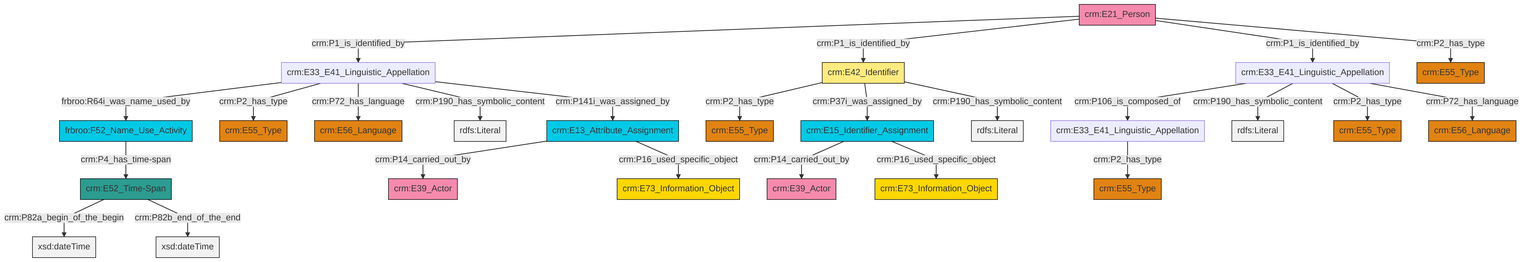
Before: et/personCSV/ttl/mmd/png/Person_Names_and_Classification.png, a diagram exported from Mermaid (swiss-art-research-net/reference-data-models). Its source is kept beside it as et/personCSV/ttl/mmd/Person_Names_and_Classification.ttl.mmd.
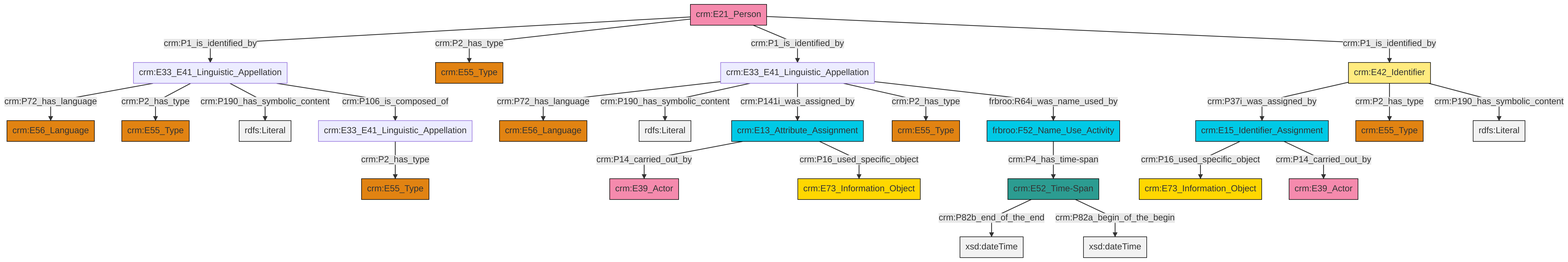
The same diagram one commit later.

The edit, as a diff of the source:
```diff
@@ -13,27 +13,27 @@
 classDef PC_Classes fill:#4ce600, stroke:#000000;
 classDef Multi fill:#cccccc,stroke:#000000;
 
-0["crm:E15_Identifier_Assignment"]:::Temporal_Entity -->|crm:P14_carried_out_by| 1["crm:E39_Actor"]:::Actor
-4["crm:E33_E41_Linguistic_Appellation"]:::Default -->|crm:P106_is_composed_of| 5["crm:E33_E41_Linguistic_Appellation"]:::Default
-10["crm:E21_Person"]:::Actor -->|crm:P1_is_identified_by| 11["crm:E33_E41_Linguistic_Appellation"]:::Default
-0["crm:E15_Identifier_Assignment"]:::Temporal_Entity -->|crm:P16_used_specific_object| 13["crm:E73_Information_Object"]:::Conceptual_Object
-14["crm:E13_Attribute_Assignment"]:::Temporal_Entity -->|crm:P14_carried_out_by| 16["crm:E39_Actor"]:::Actor
-4["crm:E33_E41_Linguistic_Appellation"]:::Default -->|crm:P190_has_symbolic_content| 17[rdfs:Literal]:::Literal
-10["crm:E21_Person"]:::Actor -->|crm:P1_is_identified_by| 2["crm:E42_Identifier"]:::Appellation
-11["crm:E33_E41_Linguistic_Appellation"]:::Default -->|frbroo:R64i_was_name_used_by| 24["frbroo:F52_Name_Use_Activity"]:::Temporal_Entity
-11["crm:E33_E41_Linguistic_Appellation"]:::Default -->|crm:P2_has_type| 25["crm:E55_Type"]:::Type
-5["crm:E33_E41_Linguistic_Appellation"]:::Default -->|crm:P2_has_type| 6["crm:E55_Type"]:::Type
-11["crm:E33_E41_Linguistic_Appellation"]:::Default -->|crm:P72_has_language| 31["crm:E56_Language"]:::Type
-2["crm:E42_Identifier"]:::Appellation -->|crm:P2_has_type| 32["crm:E55_Type"]:::Type
-14["crm:E13_Attribute_Assignment"]:::Temporal_Entity -->|crm:P16_used_specific_object| 27["crm:E73_Information_Object"]:::Conceptual_Object
-34["crm:E52_Time-Span"]:::Time-Span -->|crm:P82a_begin_of_the_begin| 35[xsd:dateTime]:::Literal
-2["crm:E42_Identifier"]:::Appellation -->|crm:P37i_was_assigned_by| 0["crm:E15_Identifier_Assignment"]:::Temporal_Entity
-2["crm:E42_Identifier"]:::Appellation -->|crm:P190_has_symbolic_content| 36[rdfs:Literal]:::Literal
-10["crm:E21_Person"]:::Actor -->|crm:P1_is_identified_by| 4["crm:E33_E41_Linguistic_Appellation"]:::Default
-24["frbroo:F52_Name_Use_Activity"]:::Temporal_Entity -->|crm:P4_has_time-span| 34["crm:E52_Time-Span"]:::Time-Span
-4["crm:E33_E41_Linguistic_Appellation"]:::Default -->|crm:P2_has_type| 8["crm:E55_Type"]:::Type
-11["crm:E33_E41_Linguistic_Appellation"]:::Default -->|crm:P190_has_symbolic_content| 44[rdfs:Literal]:::Literal
-34["crm:E52_Time-Span"]:::Time-Span -->|crm:P82b_end_of_the_end| 45[xsd:dateTime]:::Literal
-11["crm:E33_E41_Linguistic_Appellation"]:::Default -->|crm:P141i_was_assigned_by| 14["crm:E13_Attribute_Assignment"]:::Temporal_Entity
-4["crm:E33_E41_Linguistic_Appellation"]:::Default -->|crm:P72_has_language| 18["crm:E56_Language"]:::Type
-10["crm:E21_Person"]:::Actor -->|crm:P2_has_type| 42["crm:E55_Type"]:::Type
+0["crm:E15_Identifier_Assignment"]:::Temporal_Entity -->|crm:P16_used_specific_object| 1["crm:E73_Information_Object"]:::Conceptual_Object
+2["crm:E21_Person"]:::Actor -->|crm:P1_is_identified_by| 3["crm:E33_E41_Linguistic_Appellation"]:::Default
+2["crm:E21_Person"]:::Actor -->|crm:P2_has_type| 5["crm:E55_Type"]:::Type
+3["crm:E33_E41_Linguistic_Appellation"]:::Default -->|crm:P72_has_language| 15["crm:E56_Language"]:::Type
+3["crm:E33_E41_Linguistic_Appellation"]:::Default -->|crm:P2_has_type| 16["crm:E55_Type"]:::Type
+17["crm:E52_Time-Span"]:::Time-Span -->|crm:P82b_end_of_the_end| 18[xsd:dateTime]:::Literal
+19["frbroo:F52_Name_Use_Activity"]:::Temporal_Entity -->|crm:P4_has_time-span| 17["crm:E52_Time-Span"]:::Time-Span
+9["crm:E13_Attribute_Assignment"]:::Temporal_Entity -->|crm:P14_carried_out_by| 20["crm:E39_Actor"]:::Actor
+9["crm:E13_Attribute_Assignment"]:::Temporal_Entity -->|crm:P16_used_specific_object| 21["crm:E73_Information_Object"]:::Conceptual_Object
+24["crm:E33_E41_Linguistic_Appellation"]:::Default -->|crm:P72_has_language| 25["crm:E56_Language"]:::Type
+2["crm:E21_Person"]:::Actor -->|crm:P1_is_identified_by| 24["crm:E33_E41_Linguistic_Appellation"]:::Default
+13["crm:E42_Identifier"]:::Appellation -->|crm:P37i_was_assigned_by| 0["crm:E15_Identifier_Assignment"]:::Temporal_Entity
+17["crm:E52_Time-Span"]:::Time-Span -->|crm:P82a_begin_of_the_begin| 28[xsd:dateTime]:::Literal
+3["crm:E33_E41_Linguistic_Appellation"]:::Default -->|crm:P190_has_symbolic_content| 35[rdfs:Literal]:::Literal
+24["crm:E33_E41_Linguistic_Appellation"]:::Default -->|crm:P190_has_symbolic_content| 36[rdfs:Literal]:::Literal
+0["crm:E15_Identifier_Assignment"]:::Temporal_Entity -->|crm:P14_carried_out_by| 7["crm:E39_Actor"]:::Actor
+24["crm:E33_E41_Linguistic_Appellation"]:::Default -->|crm:P141i_was_assigned_by| 9["crm:E13_Attribute_Assignment"]:::Temporal_Entity
+2["crm:E21_Person"]:::Actor -->|crm:P1_is_identified_by| 13["crm:E42_Identifier"]:::Appellation
+13["crm:E42_Identifier"]:::Appellation -->|crm:P2_has_type| 11["crm:E55_Type"]:::Type
+24["crm:E33_E41_Linguistic_Appellation"]:::Default -->|crm:P2_has_type| 31["crm:E55_Type"]:::Type
+13["crm:E42_Identifier"]:::Appellation -->|crm:P190_has_symbolic_content| 41[rdfs:Literal]:::Literal
+3["crm:E33_E41_Linguistic_Appellation"]:::Default -->|crm:P106_is_composed_of| 33["crm:E33_E41_Linguistic_Appellation"]:::Default
+33["crm:E33_E41_Linguistic_Appellation"]:::Default -->|crm:P2_has_type| 42["crm:E55_Type"]:::Type
+24["crm:E33_E41_Linguistic_Appellation"]:::Default -->|frbroo:R64i_was_name_used_by| 19["frbroo:F52_Name_Use_Activity"]:::Temporal_Entity
```
